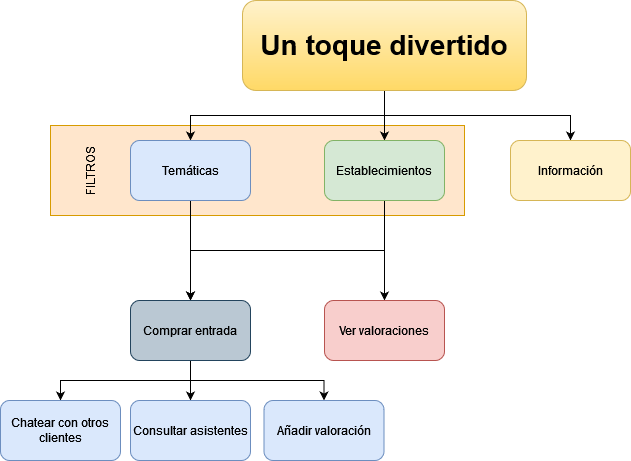
Earlier version of the draw.io export P2/Sitemap.png (laurasanchezsanchez/DIU). Source tidied: cells renumbered, new cells last; positions are measured from the earlier drawing's top-left corner, leaving out a move shared by most shapes. Its diagram source:
```xml
<mxGraphModel>
  <root>
    <mxCell id="0" />
    <mxCell id="1" parent="0" />
    <mxCell id="2" style="rounded=0;whiteSpace=wrap;html=1;align=center;horizontal=1;labelPosition=center;verticalLabelPosition=middle;verticalAlign=middle;fillColor=#ffe6cc;strokeColor=#d79b00;" parent="1" vertex="1">
      <mxGeometry x="50" y="125" width="414" height="90" as="geometry" />
    </mxCell>
    <mxCell id="3" style="edgeStyle=orthogonalEdgeStyle;rounded=0;jettySize=auto;html=1;exitX=0.5;exitY=1;exitDx=0;exitDy=0;entryX=0.5;entryY=0;entryDx=0;entryDy=0;" parent="1" edge="1" source="6" target="8">
      <mxGeometry relative="1" as="geometry" />
    </mxCell>
    <mxCell id="4" style="edgeStyle=orthogonalEdgeStyle;rounded=0;jettySize=auto;html=1;exitX=0.5;exitY=1;exitDx=0;exitDy=0;entryX=0.5;entryY=0;entryDx=0;entryDy=0;" parent="1" edge="1" source="6" target="11">
      <mxGeometry relative="1" as="geometry" />
    </mxCell>
    <mxCell id="5" style="edgeStyle=orthogonalEdgeStyle;rounded=0;jettySize=auto;html=1;exitX=0.5;exitY=1;exitDx=0;exitDy=0;entryX=0.5;entryY=0;entryDx=0;entryDy=0;" parent="1" edge="1" source="6" target="12">
      <mxGeometry relative="1" as="geometry" />
    </mxCell>
    <mxCell id="6" value="Un toque divertido" style="rounded=1;whiteSpace=wrap;html=1;fontSize=28;fontStyle=1;fillColor=#fff2cc;gradientColor=#ffd966;strokeColor=#d6b656;" parent="1" vertex="1">
      <mxGeometry x="242" width="284" height="90" as="geometry" />
    </mxCell>
    <mxCell id="7" style="edgeStyle=orthogonalEdgeStyle;rounded=0;jettySize=auto;html=1;exitX=0.5;exitY=1;exitDx=0;exitDy=0;" parent="1" edge="1" source="8" target="16">
      <mxGeometry relative="1" as="geometry" />
    </mxCell>
    <mxCell id="8" value="Temáticas" style="rounded=1;whiteSpace=wrap;html=1;fillColor=#dae8fc;strokeColor=#6c8ebf;" parent="1" vertex="1">
      <mxGeometry x="130" y="140" width="120" height="60" as="geometry" />
    </mxCell>
    <mxCell id="9" style="edgeStyle=orthogonalEdgeStyle;rounded=0;jettySize=auto;html=1;exitX=0.5;exitY=1;exitDx=0;exitDy=0;entryX=0.5;entryY=0;entryDx=0;entryDy=0;" parent="1" edge="1" source="11" target="16">
      <mxGeometry relative="1" as="geometry" />
    </mxCell>
    <mxCell id="10" style="edgeStyle=orthogonalEdgeStyle;rounded=0;jettySize=auto;html=1;exitX=0.5;exitY=1;exitDx=0;exitDy=0;entryX=0.5;entryY=0;entryDx=0;entryDy=0;" parent="1" edge="1" source="11" target="17">
      <mxGeometry relative="1" as="geometry" />
    </mxCell>
    <mxCell id="11" value="Establecimientos" style="rounded=1;whiteSpace=wrap;html=1;fillColor=#d5e8d4;strokeColor=#82b366;" parent="1" vertex="1">
      <mxGeometry x="324" y="140" width="120" height="60" as="geometry" />
    </mxCell>
    <mxCell id="12" value="Información" style="rounded=1;whiteSpace=wrap;html=1;fillColor=#fff2cc;strokeColor=#d6b656;" parent="1" vertex="1">
      <mxGeometry x="510" y="140" width="120" height="60" as="geometry" />
    </mxCell>
    <mxCell id="13" style="edgeStyle=orthogonalEdgeStyle;rounded=0;jettySize=auto;html=1;exitX=0.5;exitY=1;exitDx=0;exitDy=0;entryX=0.5;entryY=0;entryDx=0;entryDy=0;" parent="1" edge="1" source="16" target="18">
      <mxGeometry relative="1" as="geometry" />
    </mxCell>
    <mxCell id="14" style="edgeStyle=orthogonalEdgeStyle;rounded=0;jettySize=auto;html=1;exitX=0.5;exitY=1;exitDx=0;exitDy=0;entryX=0.5;entryY=0;entryDx=0;entryDy=0;" parent="1" edge="1" source="16" target="19">
      <mxGeometry relative="1" as="geometry" />
    </mxCell>
    <mxCell id="15" style="edgeStyle=orthogonalEdgeStyle;rounded=0;jettySize=auto;html=1;exitX=0.5;exitY=1;exitDx=0;exitDy=0;entryX=0.5;entryY=0;entryDx=0;entryDy=0;" parent="1" edge="1" source="16" target="20">
      <mxGeometry relative="1" as="geometry" />
    </mxCell>
    <mxCell id="16" value="Comprar entrada" style="rounded=1;whiteSpace=wrap;html=1;fillColor=#bac8d3;strokeColor=#23445d;" parent="1" vertex="1">
      <mxGeometry x="130" y="300" width="120" height="60" as="geometry" />
    </mxCell>
    <mxCell id="17" value="Ver valoraciones" style="rounded=1;whiteSpace=wrap;html=1;fillColor=#f8cecc;strokeColor=#b85450;" parent="1" vertex="1">
      <mxGeometry x="324" y="300" width="120" height="60" as="geometry" />
    </mxCell>
    <mxCell id="18" value="Chatear con otros clientes" style="rounded=1;whiteSpace=wrap;html=1;fillColor=#dae8fc;strokeColor=#6c8ebf;" parent="1" vertex="1">
      <mxGeometry y="400" width="120" height="60" as="geometry" />
    </mxCell>
    <mxCell id="19" value="Consultar asistentes" style="rounded=1;whiteSpace=wrap;html=1;fillColor=#dae8fc;strokeColor=#6c8ebf;" parent="1" vertex="1">
      <mxGeometry x="130" y="400" width="120" height="60" as="geometry" />
    </mxCell>
    <mxCell id="20" value="Añadir valoración" style="rounded=1;whiteSpace=wrap;html=1;fillColor=#dae8fc;strokeColor=#6c8ebf;" parent="1" vertex="1">
      <mxGeometry x="263.5" y="400" width="120" height="60" as="geometry" />
    </mxCell>
    <mxCell id="21" value="FILTROS" style="text;html=1;strokeColor=none;fillColor=none;align=center;verticalAlign=middle;whiteSpace=wrap;rounded=0;horizontal=0;" parent="1" vertex="1">
      <mxGeometry x="60" y="155" width="60" height="30" as="geometry" />
    </mxCell>
  </root>
</mxGraphModel>
```
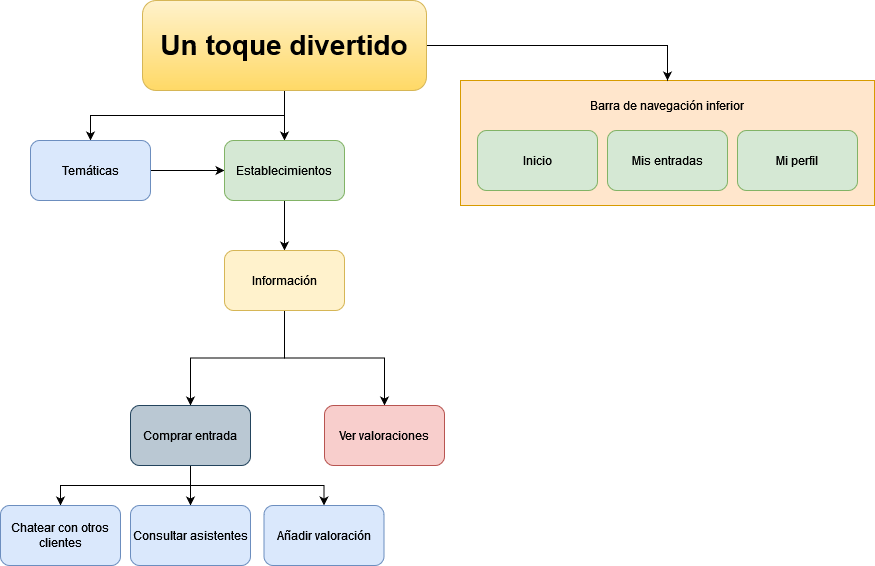
The same diagram one commit later.

Change to the diagram source:
```diff
@@ -3,64 +3,76 @@
     <mxCell id="0" />
     <mxCell id="1" parent="0" />
     <mxCell id="2" style="rounded=0;whiteSpace=wrap;html=1;align=center;horizontal=1;labelPosition=center;verticalLabelPosition=middle;verticalAlign=middle;fillColor=#ffe6cc;strokeColor=#d79b00;" parent="1" vertex="1">
-      <mxGeometry x="50" y="125" width="414" height="90" as="geometry" />
+      <mxGeometry x="560" y="80" width="414" height="125" as="geometry" />
     </mxCell>
     <mxCell id="3" style="edgeStyle=orthogonalEdgeStyle;rounded=0;jettySize=auto;html=1;exitX=0.5;exitY=1;exitDx=0;exitDy=0;entryX=0.5;entryY=0;entryDx=0;entryDy=0;" parent="1" edge="1" source="6" target="8">
       <mxGeometry relative="1" as="geometry" />
     </mxCell>
-    <mxCell id="4" style="edgeStyle=orthogonalEdgeStyle;rounded=0;jettySize=auto;html=1;exitX=0.5;exitY=1;exitDx=0;exitDy=0;entryX=0.5;entryY=0;entryDx=0;entryDy=0;" parent="1" edge="1" source="6" target="11">
+    <mxCell id="4" style="edgeStyle=orthogonalEdgeStyle;rounded=0;jettySize=auto;html=1;exitX=0.5;exitY=1;exitDx=0;exitDy=0;entryX=0.5;entryY=0;entryDx=0;entryDy=0;" parent="1" edge="1" source="6" target="10">
       <mxGeometry relative="1" as="geometry" />
     </mxCell>
-    <mxCell id="5" style="edgeStyle=orthogonalEdgeStyle;rounded=0;jettySize=auto;html=1;exitX=0.5;exitY=1;exitDx=0;exitDy=0;entryX=0.5;entryY=0;entryDx=0;entryDy=0;" parent="1" edge="1" source="6" target="12">
+    <mxCell id="5" style="edgeStyle=orthogonalEdgeStyle;rounded=0;jettySize=auto;html=1;exitX=1;exitY=0.5;exitDx=0;exitDy=0;entryX=0.5;entryY=0;entryDx=0;entryDy=0;fontSize=12;" parent="1" edge="1" source="6" target="2">
       <mxGeometry relative="1" as="geometry" />
     </mxCell>
     <mxCell id="6" value="Un toque divertido" style="rounded=1;whiteSpace=wrap;html=1;fontSize=28;fontStyle=1;fillColor=#fff2cc;gradientColor=#ffd966;strokeColor=#d6b656;" parent="1" vertex="1">
       <mxGeometry x="242" width="284" height="90" as="geometry" />
     </mxCell>
-    <mxCell id="7" style="edgeStyle=orthogonalEdgeStyle;rounded=0;jettySize=auto;html=1;exitX=0.5;exitY=1;exitDx=0;exitDy=0;" parent="1" edge="1" source="8" target="16">
+    <mxCell id="7" style="edgeStyle=orthogonalEdgeStyle;rounded=0;jettySize=auto;html=1;exitX=1;exitY=0.5;exitDx=0;exitDy=0;entryX=0;entryY=0.5;entryDx=0;entryDy=0;fontSize=12;" parent="1" edge="1" source="8" target="10">
       <mxGeometry relative="1" as="geometry" />
     </mxCell>
     <mxCell id="8" value="Temáticas" style="rounded=1;whiteSpace=wrap;html=1;fillColor=#dae8fc;strokeColor=#6c8ebf;" parent="1" vertex="1">
       <mxGeometry x="130" y="140" width="120" height="60" as="geometry" />
     </mxCell>
-    <mxCell id="9" style="edgeStyle=orthogonalEdgeStyle;rounded=0;jettySize=auto;html=1;exitX=0.5;exitY=1;exitDx=0;exitDy=0;entryX=0.5;entryY=0;entryDx=0;entryDy=0;" parent="1" edge="1" source="11" target="16">
+    <mxCell id="9" style="edgeStyle=orthogonalEdgeStyle;rounded=0;jettySize=auto;html=1;exitX=0.5;exitY=1;exitDx=0;exitDy=0;entryX=0.5;entryY=0;entryDx=0;entryDy=0;fontSize=12;" parent="1" edge="1" source="10" target="13">
       <mxGeometry relative="1" as="geometry" />
     </mxCell>
-    <mxCell id="10" style="edgeStyle=orthogonalEdgeStyle;rounded=0;jettySize=auto;html=1;exitX=0.5;exitY=1;exitDx=0;exitDy=0;entryX=0.5;entryY=0;entryDx=0;entryDy=0;" parent="1" edge="1" source="11" target="17">
-      <mxGeometry relative="1" as="geometry" />
+    <mxCell id="10" value="Establecimientos" style="rounded=1;whiteSpace=wrap;html=1;fillColor=#d5e8d4;strokeColor=#82b366;" parent="1" vertex="1">
+      <mxGeometry x="324" y="140" width="120" height="60" as="geometry" />
     </mxCell>
-    <mxCell id="11" value="Establecimientos" style="rounded=1;whiteSpace=wrap;html=1;fillColor=#d5e8d4;strokeColor=#82b366;" parent="1" vertex="1">
-      <mxGeometry x="324" y="140" width="120" height="60" as="geometry" />
+    <mxCell id="11" style="edgeStyle=orthogonalEdgeStyle;rounded=0;jettySize=auto;html=1;exitX=0.5;exitY=1;exitDx=0;exitDy=0;entryX=0.5;entryY=0;entryDx=0;entryDy=0;fontSize=12;" parent="1" edge="1" source="13" target="17">
+      <mxGeometry relative="1" as="geometry" />
     </mxCell>
-    <mxCell id="12" value="Información" style="rounded=1;whiteSpace=wrap;html=1;fillColor=#fff2cc;strokeColor=#d6b656;" parent="1" vertex="1">
-      <mxGeometry x="510" y="140" width="120" height="60" as="geometry" />
+    <mxCell id="12" style="edgeStyle=orthogonalEdgeStyle;rounded=0;jettySize=auto;html=1;exitX=0.5;exitY=1;exitDx=0;exitDy=0;entryX=0.5;entryY=0;entryDx=0;entryDy=0;fontSize=12;" parent="1" edge="1" source="13" target="18">
+      <mxGeometry relative="1" as="geometry" />
     </mxCell>
-    <mxCell id="13" style="edgeStyle=orthogonalEdgeStyle;rounded=0;jettySize=auto;html=1;exitX=0.5;exitY=1;exitDx=0;exitDy=0;entryX=0.5;entryY=0;entryDx=0;entryDy=0;" parent="1" edge="1" source="16" target="18">
-      <mxGeometry relative="1" as="geometry" />
+    <mxCell id="13" value="Información" style="rounded=1;whiteSpace=wrap;html=1;fillColor=#fff2cc;strokeColor=#d6b656;" parent="1" vertex="1">
+      <mxGeometry x="324" y="250" width="120" height="60" as="geometry" />
     </mxCell>
-    <mxCell id="14" style="edgeStyle=orthogonalEdgeStyle;rounded=0;jettySize=auto;html=1;exitX=0.5;exitY=1;exitDx=0;exitDy=0;entryX=0.5;entryY=0;entryDx=0;entryDy=0;" parent="1" edge="1" source="16" target="19">
+    <mxCell id="14" style="edgeStyle=orthogonalEdgeStyle;rounded=0;jettySize=auto;html=1;exitX=0.5;exitY=1;exitDx=0;exitDy=0;entryX=0.5;entryY=0;entryDx=0;entryDy=0;" parent="1" edge="1" source="17" target="19">
       <mxGeometry relative="1" as="geometry" />
     </mxCell>
-    <mxCell id="15" style="edgeStyle=orthogonalEdgeStyle;rounded=0;jettySize=auto;html=1;exitX=0.5;exitY=1;exitDx=0;exitDy=0;entryX=0.5;entryY=0;entryDx=0;entryDy=0;" parent="1" edge="1" source="16" target="20">
+    <mxCell id="15" style="edgeStyle=orthogonalEdgeStyle;rounded=0;jettySize=auto;html=1;exitX=0.5;exitY=1;exitDx=0;exitDy=0;entryX=0.5;entryY=0;entryDx=0;entryDy=0;" parent="1" edge="1" source="17" target="20">
       <mxGeometry relative="1" as="geometry" />
     </mxCell>
-    <mxCell id="16" value="Comprar entrada" style="rounded=1;whiteSpace=wrap;html=1;fillColor=#bac8d3;strokeColor=#23445d;" parent="1" vertex="1">
-      <mxGeometry x="130" y="300" width="120" height="60" as="geometry" />
+    <mxCell id="16" style="edgeStyle=orthogonalEdgeStyle;rounded=0;jettySize=auto;html=1;exitX=0.5;exitY=1;exitDx=0;exitDy=0;entryX=0.5;entryY=0;entryDx=0;entryDy=0;" parent="1" edge="1" source="17" target="21">
+      <mxGeometry relative="1" as="geometry" />
     </mxCell>
-    <mxCell id="17" value="Ver valoraciones" style="rounded=1;whiteSpace=wrap;html=1;fillColor=#f8cecc;strokeColor=#b85450;" parent="1" vertex="1">
-      <mxGeometry x="324" y="300" width="120" height="60" as="geometry" />
+    <mxCell id="17" value="Comprar entrada" style="rounded=1;whiteSpace=wrap;html=1;fillColor=#bac8d3;strokeColor=#23445d;" parent="1" vertex="1">
+      <mxGeometry x="230" y="405" width="120" height="60" as="geometry" />
     </mxCell>
-    <mxCell id="18" value="Chatear con otros clientes" style="rounded=1;whiteSpace=wrap;html=1;fillColor=#dae8fc;strokeColor=#6c8ebf;" parent="1" vertex="1">
-      <mxGeometry y="400" width="120" height="60" as="geometry" />
+    <mxCell id="18" value="Ver valoraciones" style="rounded=1;whiteSpace=wrap;html=1;fillColor=#f8cecc;strokeColor=#b85450;" parent="1" vertex="1">
+      <mxGeometry x="424" y="405" width="120" height="60" as="geometry" />
     </mxCell>
-    <mxCell id="19" value="Consultar asistentes" style="rounded=1;whiteSpace=wrap;html=1;fillColor=#dae8fc;strokeColor=#6c8ebf;" parent="1" vertex="1">
-      <mxGeometry x="130" y="400" width="120" height="60" as="geometry" />
+    <mxCell id="19" value="Chatear con otros clientes" style="rounded=1;whiteSpace=wrap;html=1;fillColor=#dae8fc;strokeColor=#6c8ebf;" parent="1" vertex="1">
+      <mxGeometry x="100" y="505" width="120" height="60" as="geometry" />
     </mxCell>
-    <mxCell id="20" value="Añadir valoración" style="rounded=1;whiteSpace=wrap;html=1;fillColor=#dae8fc;strokeColor=#6c8ebf;" parent="1" vertex="1">
-      <mxGeometry x="263.5" y="400" width="120" height="60" as="geometry" />
+    <mxCell id="20" value="Consultar asistentes" style="rounded=1;whiteSpace=wrap;html=1;fillColor=#dae8fc;strokeColor=#6c8ebf;" parent="1" vertex="1">
+      <mxGeometry x="230" y="505" width="120" height="60" as="geometry" />
     </mxCell>
-    <mxCell id="21" value="FILTROS" style="text;html=1;strokeColor=none;fillColor=none;align=center;verticalAlign=middle;whiteSpace=wrap;rounded=0;horizontal=0;" parent="1" vertex="1">
-      <mxGeometry x="60" y="155" width="60" height="30" as="geometry" />
+    <mxCell id="21" value="Añadir valoración" style="rounded=1;whiteSpace=wrap;html=1;fillColor=#dae8fc;strokeColor=#6c8ebf;" parent="1" vertex="1">
+      <mxGeometry x="363.5" y="505" width="120" height="60" as="geometry" />
     </mxCell>
+    <mxCell id="22" value="Inicio" style="rounded=1;whiteSpace=wrap;html=1;fontSize=12;fillColor=#d5e8d4;strokeColor=#82b366;" parent="1" vertex="1">
+      <mxGeometry x="577" y="130" width="120" height="60" as="geometry" />
+    </mxCell>
+    <mxCell id="23" value="Mis entradas" style="rounded=1;whiteSpace=wrap;html=1;fontSize=12;fillColor=#d5e8d4;strokeColor=#82b366;" parent="1" vertex="1">
+      <mxGeometry x="707" y="130" width="120" height="60" as="geometry" />
+    </mxCell>
+    <mxCell id="24" value="Mi perfil" style="rounded=1;whiteSpace=wrap;html=1;fontSize=12;fillColor=#d5e8d4;strokeColor=#82b366;" parent="1" vertex="1">
+      <mxGeometry x="837" y="130" width="120" height="60" as="geometry" />
+    </mxCell>
+    <mxCell id="25" value="Barra de navegación inferior" style="text;html=1;strokeColor=none;fillColor=none;align=center;verticalAlign=middle;whiteSpace=wrap;rounded=0;fontSize=12;" parent="1" vertex="1">
+      <mxGeometry x="657" y="90" width="220" height="30" as="geometry" />
+    </mxCell>
   </root>
 </mxGraphModel>
```
